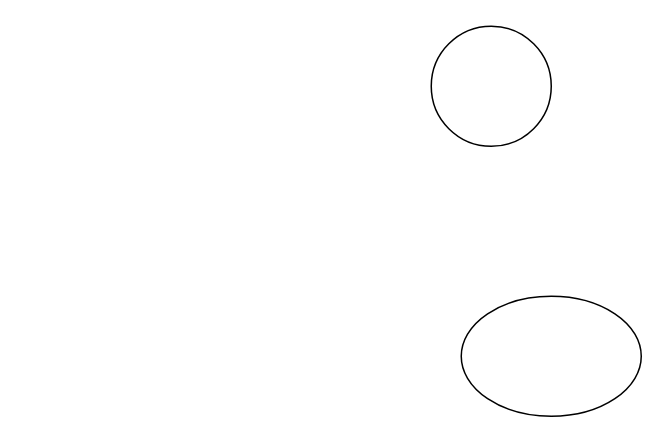
This is page "第 1 页" (1 of 2) of 未命名绘图.drawio from njzsky/Public, a draw.io file, before an edit. Source tidied: cells renumbered, new cells numbered last; positions are measured from the earlier drawing's top-left corner, leaving out a move shared by most shapes. Both pictures are drawn from the tidied source at 150%, with x=0, y=0 at pixel (430, 26).
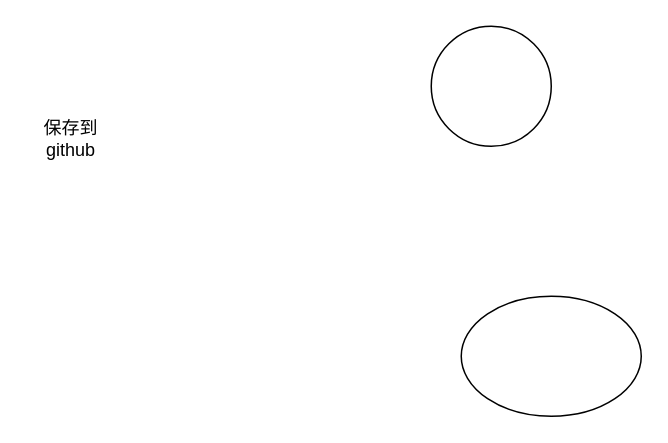
The same page after the edit.

What changed in the source:
```diff
@@
 <mxGraphModel>
   <root>
     <mxCell id="0" />
     <mxCell id="1" parent="0" />
     <mxCell id="2" style="ellipse;whiteSpace=wrap;html=1;" parent="1" vertex="1">
       <mxGeometry width="80" height="80" as="geometry" />
     </mxCell>
     <mxCell id="3" style="ellipse;whiteSpace=wrap;html=1;" parent="1" vertex="1">
       <mxGeometry x="20" y="180" width="120" height="80" as="geometry" />
     </mxCell>
+    <mxCell id="4" value="保存到github" style="text;html=1;align=center;verticalAlign=middle;whiteSpace=wrap;rounded=0;" parent="1" vertex="1">
+      <mxGeometry x="-270" y="60" width="60" height="30" as="geometry" />
+    </mxCell>
   </root>
 </mxGraphModel>
```
